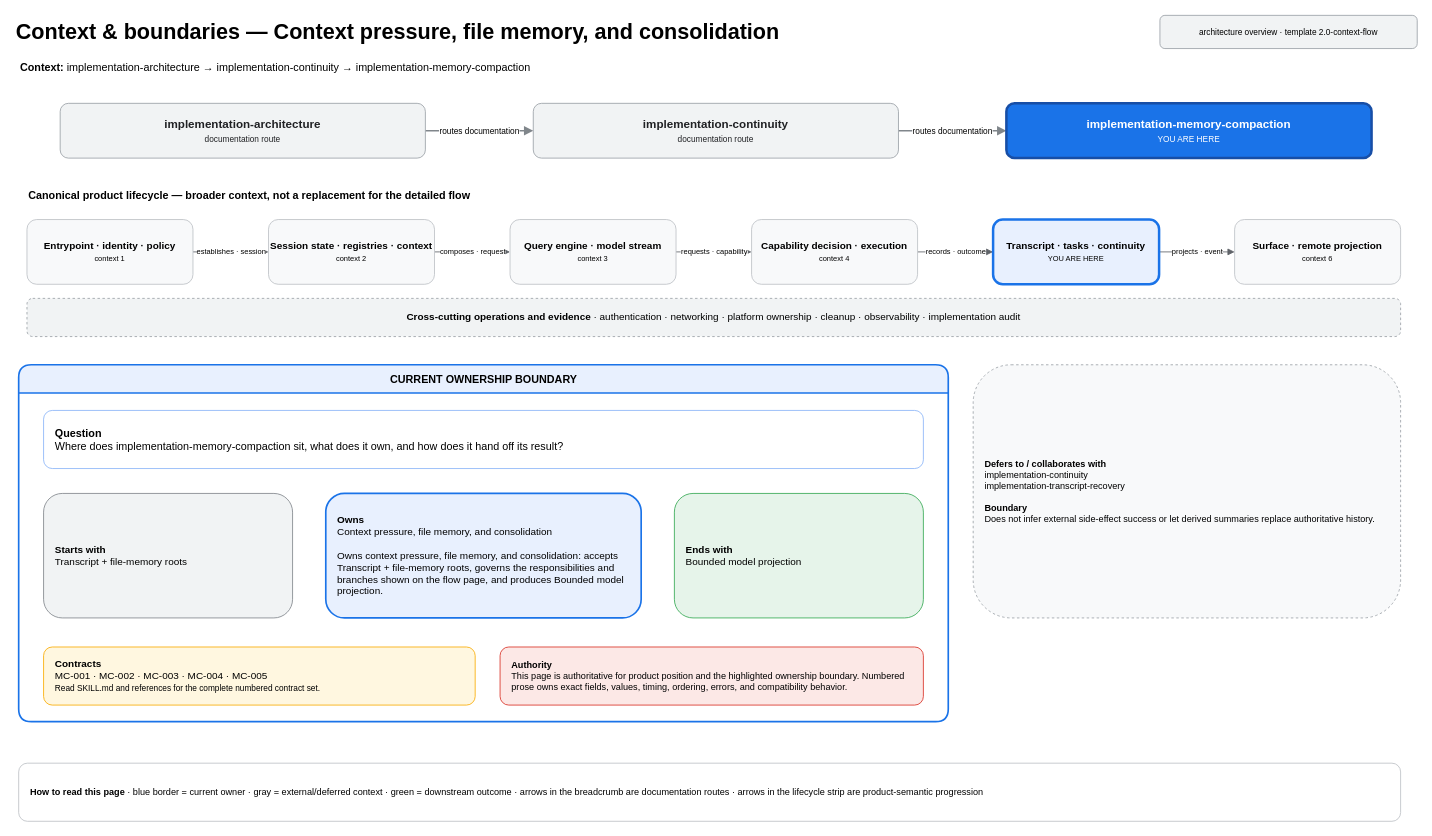
greenpau/agentx keeps this draw.io diagram as page "01 — Context & Boundaries" (1 of 2) of .codex/skills/implementation-memory-compaction/assets/architecture.drawio. Above is the earlier version. Source tidied: cells renumbered, new cells numbered last; positions are measured from the earlier drawing's top-left corner, leaving out a move shared by most shapes. Both pictures are drawn from the tidied source at 83%, with x=0, y=0 at pixel (14, 14).
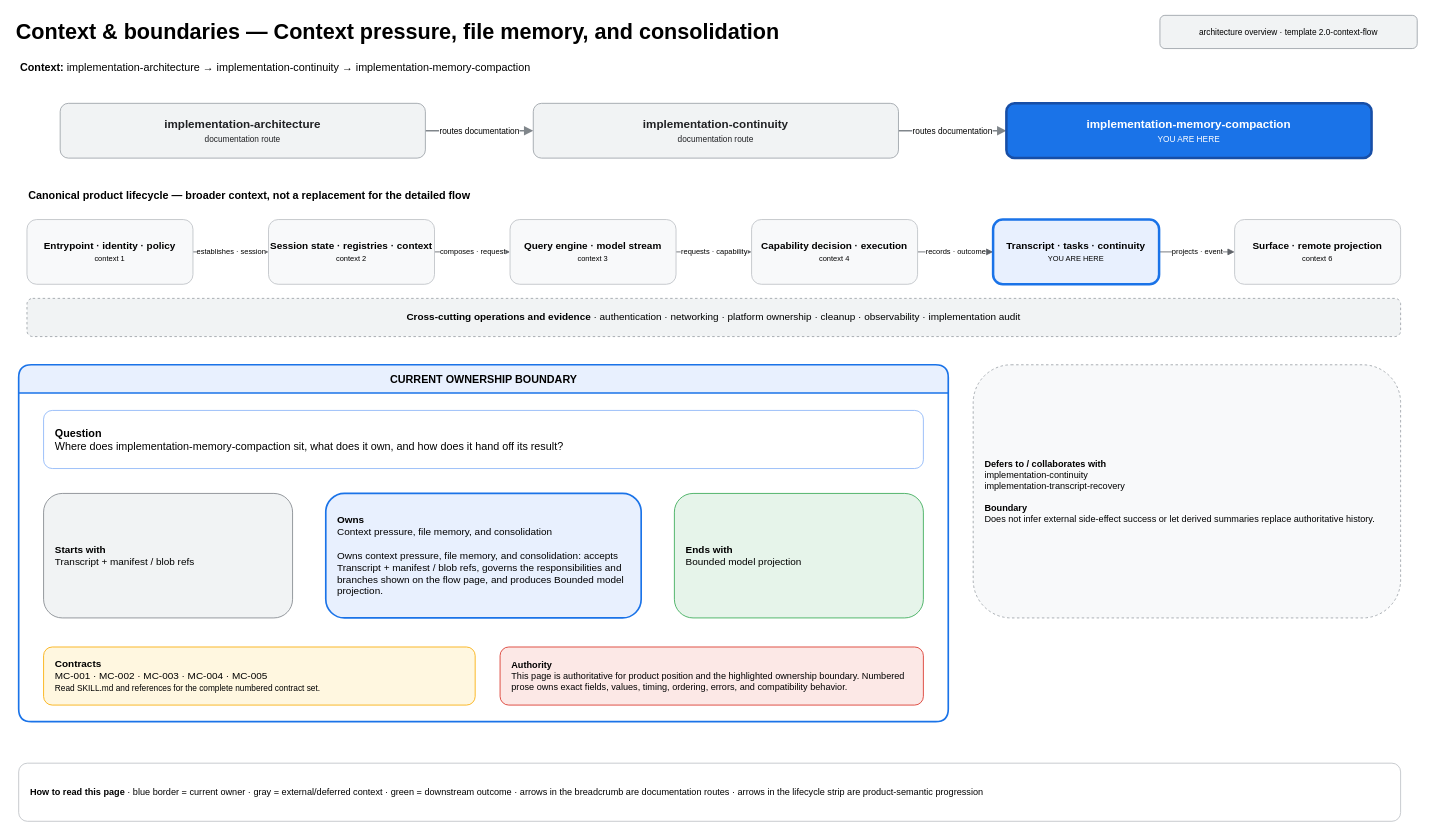
The same diagram, later.

Change to the diagram source:
```diff
@@
-    <mxCell id="25" value="&lt;b&gt;Starts with&lt;/b&gt;&lt;br&gt;Transcript + file-memory roots" style="rounded=1;whiteSpace=wrap;html=1;fillColor=#f1f3f4;strokeColor=#80868b;fontSize=12;align=left;spacingLeft=12;" parent="1" vertex="1">
+    <mxCell id="25" value="&lt;b&gt;Starts with&lt;/b&gt;&lt;br&gt;Transcript + manifest / blob refs" style="rounded=1;whiteSpace=wrap;html=1;fillColor=#f1f3f4;strokeColor=#80868b;fontSize=12;align=left;spacingLeft=12;" parent="1" vertex="1">
       <mxGeometry x="35" y="577" width="300" height="150" as="geometry" />
     </mxCell>
-    <mxCell id="26" value="&lt;b&gt;Owns&lt;/b&gt;&lt;br&gt;Context pressure, file memory, and consolidation&lt;br&gt;&lt;br&gt;Owns context pressure, file memory, and consolidation: accepts Transcript + file-memory roots, governs the responsibilities and branches shown on the flow page, and produces Bounded model projection." style="rounded=1;whiteSpace=wrap;html=1;fillColor=#e8f0fe;strokeColor=#1a73e8;strokeWidth=2;fontSize=12;align=left;spacingLeft=12;" parent="1" vertex="1">
+    <mxCell id="26" value="&lt;b&gt;Owns&lt;/b&gt;&lt;br&gt;Context pressure, file memory, and consolidation&lt;br&gt;&lt;br&gt;Owns context pressure, file memory, and consolidation: accepts Transcript + manifest / blob refs, governs the responsibilities and branches shown on the flow page, and produces Bounded model projection." style="rounded=1;whiteSpace=wrap;html=1;fillColor=#e8f0fe;strokeColor=#1a73e8;strokeWidth=2;fontSize=12;align=left;spacingLeft=12;" parent="1" vertex="1">
       <mxGeometry x="375" y="577" width="380" height="150" as="geometry" />
     </mxCell>
```
